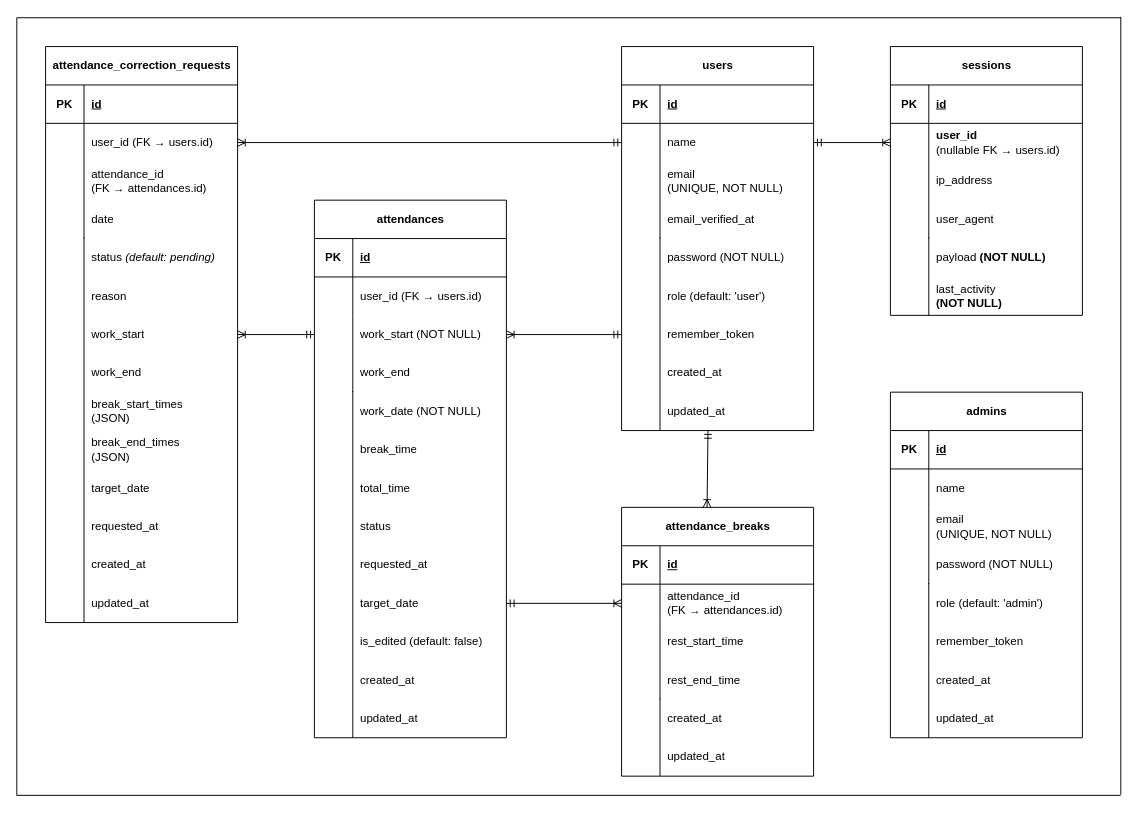
This is src/er_data.drawio from lillian-angelina/attendance-management, a draw.io file, before an edit. Source tidied: cells renumbered, new cells numbered last; positions are measured from the earlier drawing's top-left corner, leaving out a move shared by most shapes. Both pictures are drawn from the tidied source at 96%, with x=0, y=0 at pixel (16, 16).
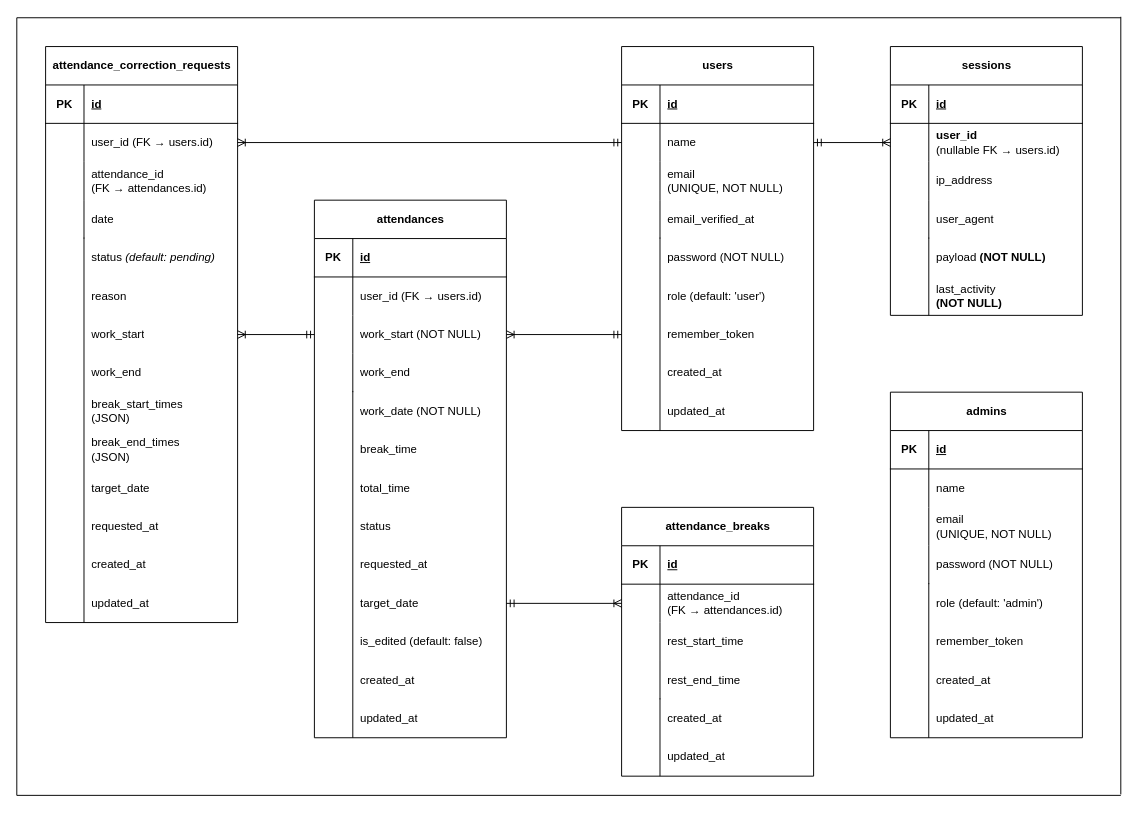
The same page after the edit.

The change refers to these unchanged cells:
```xml
<mxCell id="57" value="attendance_breaks" style="shape=table;startSize=40;childLayout=tableLayout;rowLines=0;fontStyle=1;align=center;html=1;" parent="1" vertex="1">
  <mxGeometry x="630" y="511" width="200" height="280" as="geometry" />
</mxCell>
```

The edit, as a diff of the source:
```diff
@@
-    <mxCell id="165" style="fontSize=12;html=1;endArrow=ERoneToMany;startArrow=ERmandOne;entryX=0.445;entryY=0;entryDx=0;entryDy=0;entryPerimeter=0;" parent="1" edge="1" target="57">
-      <mxGeometry relative="1" as="geometry">
-        <mxPoint x="720" y="431" as="sourcePoint" />
-      </mxGeometry>
-    </mxCell>
```
